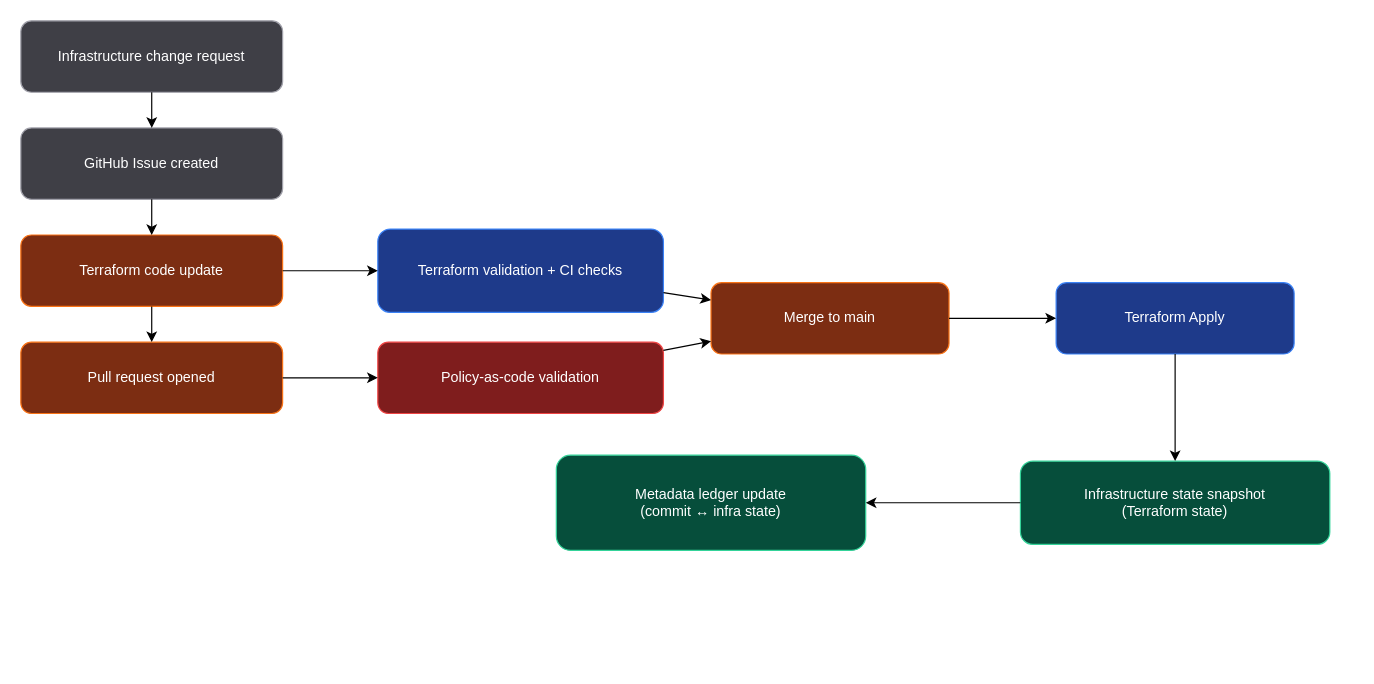
Above: diagrams/proposed_pipeline/process_maps/infra_change.drawio in SilverPeak2299/Thesis (draw.io), before the change. Source tidied: cells renumbered, new cells numbered last; positions are measured from the earlier drawing's top-left corner, leaving out a move shared by most shapes. Both pictures are drawn from the tidied source at 119%, with x=0, y=0 at pixel (20, 20).
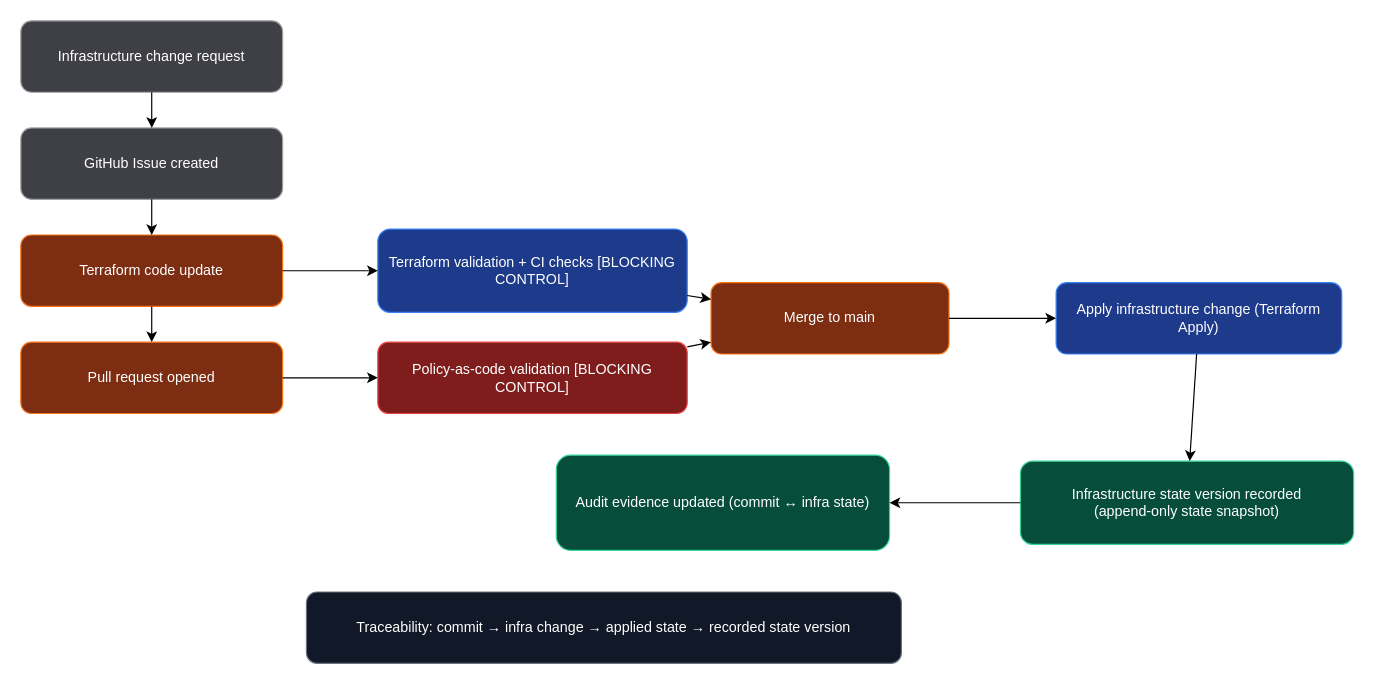
Above is the later version.

The edit, as a diff of the source:
```diff
@@
-    <mxCell id="6" value="Terraform validation + CI checks" style="rounded=1;whiteSpace=wrap;html=1;fillColor=#1e3a8a;strokeColor=#3b82f6;fontColor=#ffffff;" parent="1" vertex="1">
-      <mxGeometry x="300" y="175" width="240" height="70" as="geometry" />
+    <mxCell id="6" value="Terraform validation + CI checks [BLOCKING CONTROL]" style="rounded=1;whiteSpace=wrap;html=1;fillColor=#1e3a8a;strokeColor=#3b82f6;fontColor=#ffffff;" parent="1" vertex="1">
+      <mxGeometry x="300" y="175" width="260" height="70" as="geometry" />
     </mxCell>
-    <mxCell id="7" value="Policy-as-code validation" style="rounded=1;whiteSpace=wrap;html=1;fillColor=#7f1d1d;strokeColor=#ef4444;fontColor=#ffffff;" parent="1" vertex="1">
-      <mxGeometry x="300" y="270" width="240" height="60" as="geometry" />
+    <mxCell id="7" value="Policy-as-code validation [BLOCKING CONTROL]" style="rounded=1;whiteSpace=wrap;html=1;fillColor=#7f1d1d;strokeColor=#ef4444;fontColor=#ffffff;" parent="1" vertex="1">
+      <mxGeometry x="300" y="270" width="260" height="60" as="geometry" />
     </mxCell>
@@
-    <mxCell id="9" value="Terraform Apply" style="rounded=1;whiteSpace=wrap;html=1;fillColor=#1e3a8a;strokeColor=#3b82f6;fontColor=#ffffff;" parent="1" vertex="1">
-      <mxGeometry x="870" y="220" width="200" height="60" as="geometry" />
+    <mxCell id="9" value="Apply infrastructure change (Terraform Apply)" style="rounded=1;whiteSpace=wrap;html=1;fillColor=#1e3a8a;strokeColor=#3b82f6;fontColor=#ffffff;" parent="1" vertex="1">
+      <mxGeometry x="870" y="220" width="240" height="60" as="geometry" />
     </mxCell>
-    <mxCell id="10" value="Infrastructure state snapshot&#10;(Terraform state)" style="rounded=1;whiteSpace=wrap;html=1;fillColor=#064e3b;strokeColor=#34d399;fontColor=#ffffff;" parent="1" vertex="1">
-      <mxGeometry x="840" y="370" width="260" height="70" as="geometry" />
+    <mxCell id="10" value="Infrastructure state version recorded&#10;(append-only state snapshot)" style="rounded=1;whiteSpace=wrap;html=1;fillColor=#064e3b;strokeColor=#34d399;fontColor=#ffffff;" parent="1" vertex="1">
+      <mxGeometry x="840" y="370" width="280" height="70" as="geometry" />
     </mxCell>
-    <mxCell id="11" value="Metadata ledger update&#10;(commit ↔ infra state)" style="rounded=1;whiteSpace=wrap;html=1;fillColor=#064e3b;strokeColor=#34d399;fontColor=#ffffff;" parent="1" vertex="1">
-      <mxGeometry x="450" y="365" width="260" height="80" as="geometry" />
+    <mxCell id="11" value="Audit evidence updated (commit ↔ infra state)" style="rounded=1;whiteSpace=wrap;html=1;fillColor=#064e3b;strokeColor=#34d399;fontColor=#ffffff;" parent="1" vertex="1">
+      <mxGeometry x="450" y="365" width="280" height="80" as="geometry" />
     </mxCell>
+    <mxCell id="22" value="Traceability: commit → infra change → applied state → recorded state version" style="rounded=1;whiteSpace=wrap;html=1;fillColor=#111827;strokeColor=#6b7280;fontColor=#ffffff;" parent="1" vertex="1">
+      <mxGeometry x="240" y="480" width="500" height="60" as="geometry" />
+    </mxCell>
```
